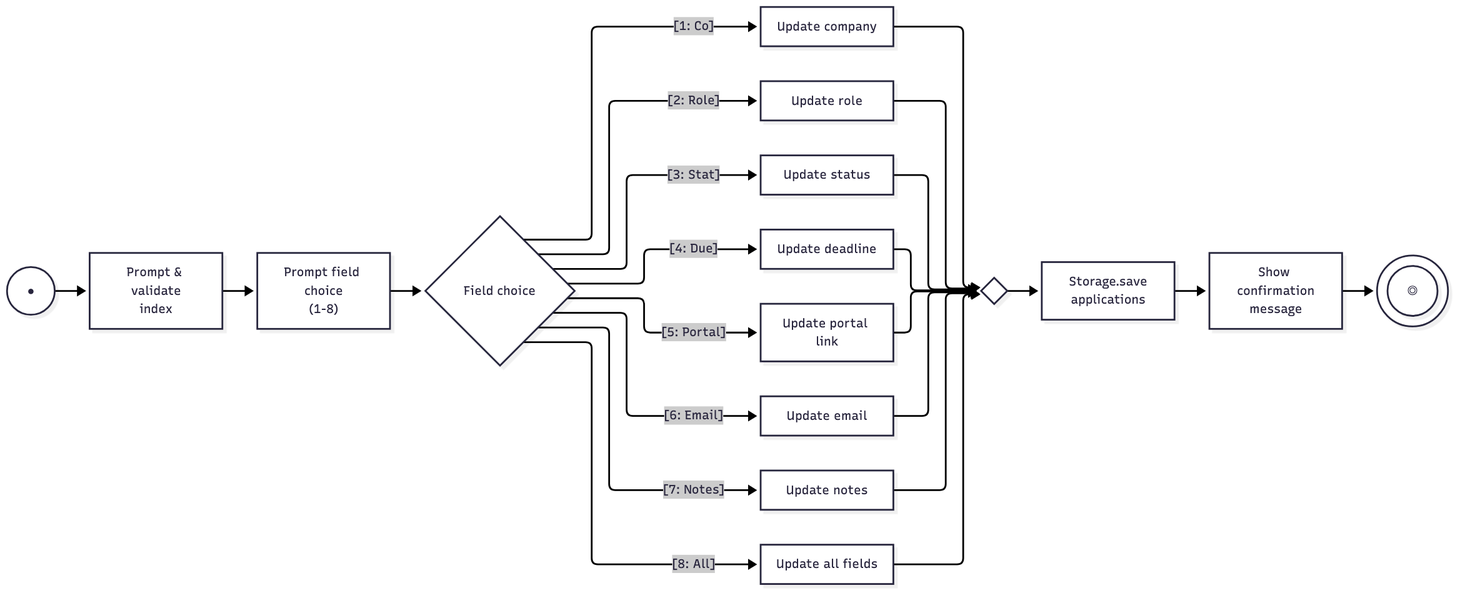
Before: docs/diagrams/edit-application-activity.png, a diagram exported from Mermaid (AY2627S1-CS2113-T10-2/tp). Its source is kept beside it as docs/diagrams/sources/edit-application-activity.mmd. Its diagram source:
```mermaid
flowchart LR
    Start((●)) --> PromptIdx["Prompt & validate<br/>index"]
    PromptIdx --> PromptField["Prompt field choice<br/>(1-8)"]
    PromptField --> Branch{"Field choice"}
    Branch -->|"[1: Co]"| UpdCo["Update company"] --> Merge{ }
    Branch -->|"[2: Role]"| UpdRole["Update role"] --> Merge
    Branch -->|"[3: Stat]"| UpdStat["Update status"] --> Merge
    Branch -->|"[4: Due]"| UpdDue["Update deadline"] --> Merge
    Branch -->|"[5: Portal]"| UpdPort["Update portal link"] --> Merge
    Branch -->|"[6: Email]"| UpdMail["Update email"] --> Merge
    Branch -->|"[7: Notes]"| UpdNote["Update notes"] --> Merge
    Branch -->|"[8: All]"| UpdAll["Update all fields"] --> Merge
    Merge --> Save["Storage.save<br/>applications"]
    Save --> Confirm["Show confirmation<br/>message"]
    Confirm --> End(((◎)))
```
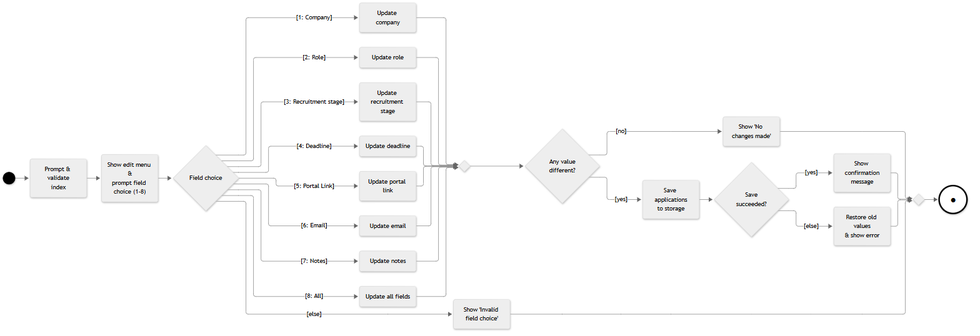
Later version of the same file.

Change to the diagram source:
```diff
@@ -1,15 +1,25 @@
+%%{init: {'theme': 'neutral'}}%%
 flowchart LR
-    Start((●)) --> PromptIdx["Prompt & validate<br/>index"]
-    PromptIdx --> PromptField["Prompt field choice<br/>(1-8)"]
+    Start(( )):::start --> PromptIdx("Prompt & validate<br/>index")
+    PromptIdx --> PromptField("Show edit menu &<br/>prompt field choice (1-8)")
     PromptField --> Branch{"Field choice"}
-    Branch -->|"[1: Co]"| UpdCo["Update company"] --> Merge{ }
-    Branch -->|"[2: Role]"| UpdRole["Update role"] --> Merge
-    Branch -->|"[3: Stat]"| UpdStat["Update status"] --> Merge
-    Branch -->|"[4: Due]"| UpdDue["Update deadline"] --> Merge
-    Branch -->|"[5: Portal]"| UpdPort["Update portal link"] --> Merge
-    Branch -->|"[6: Email]"| UpdMail["Update email"] --> Merge
-    Branch -->|"[7: Notes]"| UpdNote["Update notes"] --> Merge
-    Branch -->|"[8: All]"| UpdAll["Update all fields"] --> Merge
-    Merge --> Save["Storage.save<br/>applications"]
-    Save --> Confirm["Show confirmation<br/>message"]
-    Confirm --> End(((◎)))
+    Branch -->|"[1: Company]"| UpdCo("Update company") --> Merge{ }
+    Branch -->|"[2: Role]"| UpdRole("Update role") --> Merge
+    Branch -->|"[3: Recruitment stage]"| UpdStage("Update recruitment stage") --> Merge
+    Branch -->|"[4: Deadline]"| UpdDue("Update deadline") --> Merge
+    Branch -->|"[5: Portal Link]"| UpdPort("Update portal link") --> Merge
+    Branch -->|"[6: Email]"| UpdMail("Update email") --> Merge
+    Branch -->|"[7: Notes]"| UpdNote("Update notes") --> Merge
+    Branch -->|"[8: All]"| UpdAll("Update all fields") --> Merge
+    Branch -->|"[else]"| ShowErr("Show 'Invalid field choice'") --> MergeEnd{ }
+    Merge --> Changed{"Any value<br/>different?"}
+    Changed -->|"[no]"| NoChange("Show 'No changes made'") --> MergeEnd
+    Changed -->|"[yes]"| Save("Save applications<br/>to storage")
+    Save --> Saved{"Save<br/>succeeded?"}
+    Saved -->|"[yes]"| Confirm("Show confirmation<br/>message")
+    Saved -->|"[else]"| Rollback("Restore old values<br/>& show error")
+    Confirm --> MergeEnd
+    Rollback --> MergeEnd
+    MergeEnd --> End(("●")):::finish
+    classDef start fill:#000,stroke:#000
+    classDef finish fill:#fff,stroke:#000,stroke-width:4px,font-size:26px
```
